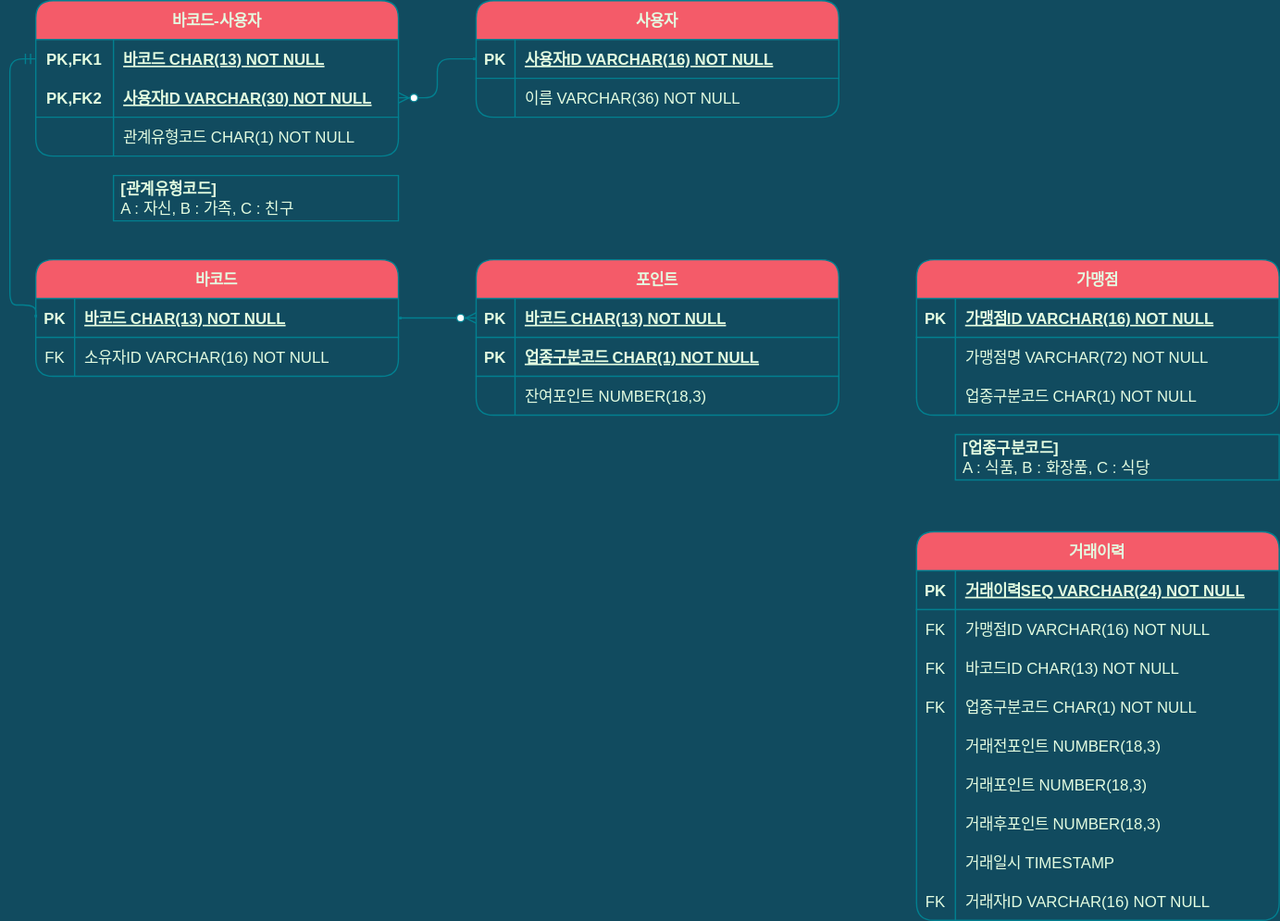
Before: document/kakaopay-membership.svg, a diagram exported from draw.io (TyronneJeong/KakaoPay-Subject). Source tidied: cells renumbered, new cells last; positions are measured from the earlier drawing's top-left corner, leaving out a move shared by most shapes.
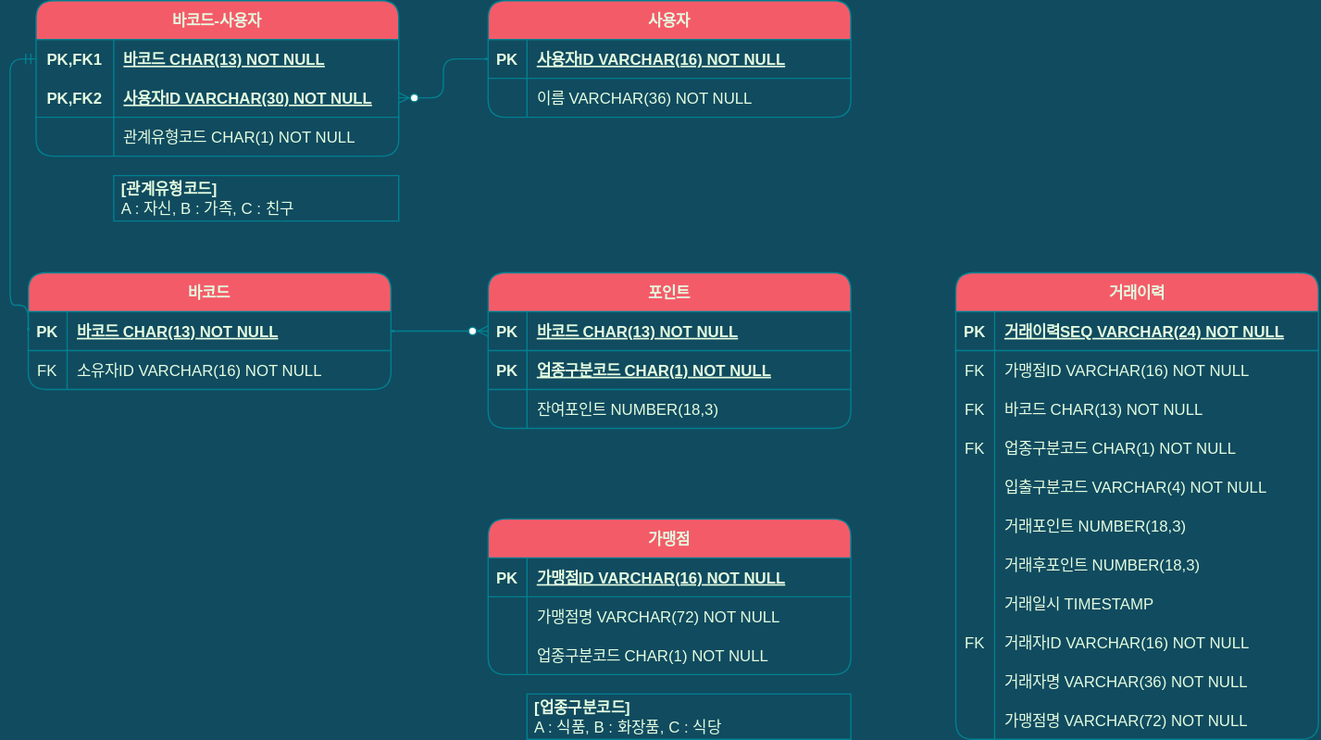
The same file after the commit.

The edit, as a diff of the source:
```diff
@@ -3,7 +3,7 @@
     <mxCell id="0" />
     <mxCell id="1" parent="0" />
     <mxCell id="2" value="바코드" style="shape=table;startSize=30;rowLines=0;fontStyle=1;align=center;rounded=1;fillColor=#F45B69;strokeColor=#028090;fontColor=#E4FDE1;" parent="1" vertex="1">
-      <mxGeometry x="20" y="200" width="280" height="90" as="geometry" />
+      <mxGeometry x="3.9" y="240" width="280" height="90" as="geometry" />
     </mxCell>
     <mxCell id="3" style="shape=tableRow;horizontal=0;startSize=0;swimlaneHead=0;swimlaneBody=0;fillColor=none;points=[[0,0.5],[1,0.5]];portConstraint=eastwest;top=0;left=0;right=0;bottom=1;rounded=1;strokeColor=#028090;fontColor=#E4FDE1;" parent="2" vertex="1">
       <mxGeometry y="30" width="280" height="30" as="geometry" />
@@ -24,7 +24,7 @@
       <mxGeometry x="30" width="250" height="30" as="geometry" />
     </mxCell>
     <mxCell id="9" value="사용자" style="shape=table;startSize=30;rowLines=0;fontStyle=1;align=center;rounded=1;fillColor=#F45B69;strokeColor=#028090;fontColor=#E4FDE1;" parent="1" vertex="1">
-      <mxGeometry x="360" width="280" height="90" as="geometry" />
+      <mxGeometry x="358.9" y="30" width="280" height="90" as="geometry" />
     </mxCell>
     <mxCell id="10" style="shape=tableRow;horizontal=0;startSize=0;swimlaneHead=0;swimlaneBody=0;fillColor=none;points=[[0,0.5],[1,0.5]];portConstraint=eastwest;top=0;left=0;right=0;bottom=1;rounded=1;strokeColor=#028090;fontColor=#E4FDE1;" parent="9" vertex="1">
       <mxGeometry y="30" width="280" height="30" as="geometry" />
@@ -45,7 +45,7 @@
       <mxGeometry x="30" width="250" height="30" as="geometry" />
     </mxCell>
     <mxCell id="16" value="바코드-사용자" style="shape=table;startSize=30;rowLines=0;fontStyle=1;align=center;rounded=1;fillColor=#F45B69;strokeColor=#028090;fontColor=#E4FDE1;" parent="1" vertex="1">
-      <mxGeometry x="20" width="280" height="120" as="geometry" />
+      <mxGeometry x="9.9" y="30" width="280" height="120" as="geometry" />
     </mxCell>
     <mxCell id="17" style="shape=tableRow;horizontal=0;startSize=0;swimlaneHead=0;swimlaneBody=0;fillColor=none;points=[[0,0.5],[1,0.5]];portConstraint=eastwest;top=0;left=0;right=0;bottom=0;rounded=1;strokeColor=#028090;fontColor=#E4FDE1;" parent="16" vertex="1">
       <mxGeometry y="30" width="280" height="30" as="geometry" />
@@ -75,7 +75,7 @@
       <mxGeometry x="60" width="220" height="30" as="geometry" />
     </mxCell>
     <mxCell id="26" value="가맹점" style="shape=table;startSize=30;rowLines=0;fontStyle=1;align=center;rounded=1;fillColor=#F45B69;strokeColor=#028090;fontColor=#E4FDE1;" parent="1" vertex="1">
-      <mxGeometry x="700" y="200" width="280" height="120" as="geometry" />
+      <mxGeometry x="358.9" y="430" width="280" height="120" as="geometry" />
     </mxCell>
     <mxCell id="27" style="shape=tableRow;horizontal=0;startSize=0;swimlaneHead=0;swimlaneBody=0;fillColor=none;top=0;left=0;right=0;bottom=1;rounded=1;strokeColor=#028090;fontColor=#E4FDE1;" parent="26" vertex="1">
       <mxGeometry y="30" width="280" height="30" as="geometry" />
@@ -105,7 +105,7 @@
       <mxGeometry x="30" width="250" height="30" as="geometry" />
     </mxCell>
     <mxCell id="36" value="포인트" style="shape=table;startSize=30;rowLines=0;fontStyle=1;align=center;rounded=1;fillColor=#F45B69;strokeColor=#028090;fontColor=#E4FDE1;" parent="1" vertex="1">
-      <mxGeometry x="360" y="200" width="280" height="120" as="geometry" />
+      <mxGeometry x="358.9" y="240" width="280" height="120" as="geometry" />
     </mxCell>
     <mxCell id="37" style="shape=tableRow;horizontal=0;startSize=0;swimlaneHead=0;swimlaneBody=0;fillColor=none;points=[[0,0.5],[1,0.5]];portConstraint=eastwest;top=0;left=0;right=0;bottom=1;rounded=1;strokeColor=#028090;fontColor=#E4FDE1;" parent="36" vertex="1">
       <mxGeometry y="30" width="280" height="30" as="geometry" />
@@ -135,7 +135,7 @@
       <mxGeometry x="30" width="250" height="30" as="geometry" />
     </mxCell>
     <mxCell id="46" value="거래이력" style="shape=table;startSize=30;rowLines=0;fontStyle=1;align=center;rounded=1;fillColor=#F45B69;strokeColor=#028090;fontColor=#E4FDE1;" parent="1" vertex="1">
-      <mxGeometry x="700" y="410" width="280" height="300" as="geometry" />
+      <mxGeometry x="719.9" y="240" width="280" height="360" as="geometry" />
     </mxCell>
     <mxCell id="47" style="shape=tableRow;horizontal=0;startSize=0;swimlaneHead=0;swimlaneBody=0;fillColor=none;top=0;left=0;right=0;bottom=1;rounded=1;strokeColor=#028090;fontColor=#E4FDE1;" parent="46" vertex="1">
       <mxGeometry y="30" width="280" height="30" as="geometry" />
@@ -161,7 +161,7 @@
     <mxCell id="54" value="FK" style="shape=partialRectangle;fillColor=none;top=0;left=0;bottom=0;right=0;overflow=hidden;rounded=1;strokeColor=#028090;fontColor=#E4FDE1;" parent="53" vertex="1">
       <mxGeometry width="30" height="30" as="geometry" />
     </mxCell>
-    <mxCell id="55" value="바코드ID CHAR(13) NOT NULL" style="shape=partialRectangle;fillColor=none;top=0;left=0;bottom=0;right=0;align=left;spacingLeft=6;overflow=hidden;rounded=1;strokeColor=#028090;fontColor=#E4FDE1;" parent="53" vertex="1">
+    <mxCell id="55" value="바코드 CHAR(13) NOT NULL" style="shape=partialRectangle;fillColor=none;top=0;left=0;bottom=0;right=0;align=left;spacingLeft=6;overflow=hidden;rounded=1;strokeColor=#028090;fontColor=#E4FDE1;" parent="53" vertex="1">
       <mxGeometry x="30" width="250" height="30" as="geometry" />
     </mxCell>
     <mxCell id="56" style="shape=tableRow;horizontal=0;startSize=0;swimlaneHead=0;swimlaneBody=0;fillColor=none;top=0;left=0;right=0;bottom=0;rounded=1;strokeColor=#028090;fontColor=#E4FDE1;" parent="46" vertex="1">
@@ -179,7 +179,7 @@
     <mxCell id="60" style="shape=partialRectangle;fillColor=none;top=0;left=0;bottom=0;right=0;overflow=hidden;rounded=1;strokeColor=#028090;fontColor=#E4FDE1;" parent="59" vertex="1">
       <mxGeometry width="30" height="30" as="geometry" />
     </mxCell>
-    <mxCell id="61" value="거래전포인트 NUMBER(18,3)" style="shape=partialRectangle;fillColor=none;top=0;left=0;bottom=0;right=0;align=left;spacingLeft=6;overflow=hidden;rounded=1;strokeColor=#028090;fontColor=#E4FDE1;" parent="59" vertex="1">
+    <mxCell id="61" value="입출구분코드 VARCHAR(4) NOT NULL" style="shape=partialRectangle;fillColor=none;top=0;left=0;bottom=0;right=0;align=left;spacingLeft=6;overflow=hidden;rounded=1;strokeColor=#028090;fontColor=#E4FDE1;" parent="59" vertex="1">
       <mxGeometry x="30" width="250" height="30" as="geometry" />
     </mxCell>
     <mxCell id="62" style="shape=tableRow;horizontal=0;startSize=0;swimlaneHead=0;swimlaneBody=0;fillColor=none;top=0;left=0;right=0;bottom=0;rounded=1;strokeColor=#028090;fontColor=#E4FDE1;" parent="46" vertex="1">
@@ -218,14 +218,32 @@
     <mxCell id="73" value="거래자ID VARCHAR(16) NOT NULL" style="shape=partialRectangle;fillColor=none;top=0;left=0;bottom=0;right=0;align=left;spacingLeft=6;overflow=hidden;rounded=1;strokeColor=#028090;fontColor=#E4FDE1;" parent="71" vertex="1">
       <mxGeometry x="30" width="250" height="30" as="geometry" />
     </mxCell>
+    <mxCell id="79" style="shape=tableRow;horizontal=0;startSize=0;swimlaneHead=0;swimlaneBody=0;fillColor=none;top=0;left=0;right=0;bottom=0;rounded=1;strokeColor=#028090;fontColor=#E4FDE1;" parent="46" vertex="1">
+      <mxGeometry y="300" width="280" height="30" as="geometry" />
+    </mxCell>
+    <mxCell id="80" style="shape=partialRectangle;fillColor=none;top=0;left=0;bottom=0;right=0;overflow=hidden;rounded=1;strokeColor=#028090;fontColor=#E4FDE1;" parent="79" vertex="1">
+      <mxGeometry width="30" height="30" as="geometry" />
+    </mxCell>
+    <mxCell id="81" value="거래자명 VARCHAR(36) NOT NULL" style="shape=partialRectangle;fillColor=none;top=0;left=0;bottom=0;right=0;align=left;spacingLeft=6;overflow=hidden;rounded=1;strokeColor=#028090;fontColor=#E4FDE1;" parent="79" vertex="1">
+      <mxGeometry x="30" width="250" height="30" as="geometry" />
+    </mxCell>
+    <mxCell id="82" style="shape=tableRow;horizontal=0;startSize=0;swimlaneHead=0;swimlaneBody=0;fillColor=none;top=0;left=0;right=0;bottom=0;rounded=1;strokeColor=#028090;fontColor=#E4FDE1;" parent="46" vertex="1">
+      <mxGeometry y="330" width="280" height="30" as="geometry" />
+    </mxCell>
+    <mxCell id="83" style="shape=partialRectangle;fillColor=none;top=0;left=0;bottom=0;right=0;overflow=hidden;rounded=1;strokeColor=#028090;fontColor=#E4FDE1;" parent="82" vertex="1">
+      <mxGeometry width="30" height="30" as="geometry" />
+    </mxCell>
+    <mxCell id="84" value="가맹점명 VARCHAR(72) NOT NULL" style="shape=partialRectangle;fillColor=none;top=0;left=0;bottom=0;right=0;align=left;spacingLeft=6;overflow=hidden;rounded=1;strokeColor=#028090;fontColor=#E4FDE1;" parent="82" vertex="1">
+      <mxGeometry x="30" width="250" height="30" as="geometry" />
+    </mxCell>
     <mxCell id="74" style="edgeStyle=orthogonalEdgeStyle;fontSize=12;html=1;endArrow=ERzeroToMany;startArrow=ERmandOne;fontFamily=Helvetica;startSize=0;exitX=0;exitY=0.5;exitDx=0;exitDy=0;rounded=1;labelBackgroundColor=#114B5F;strokeColor=#028090;fontColor=#E4FDE1;" parent="1" edge="1" source="10" target="20">
       <mxGeometry relative="1" as="geometry" />
     </mxCell>
     <mxCell id="75" style="edgeStyle=orthogonalEdgeStyle;fontSize=12;html=1;endArrow=ERmandOne;startArrow=ERmandOne;fontFamily=Helvetica;startSize=0;exitX=0;exitY=0.5;exitDx=0;exitDy=0;entryX=0;entryY=0.5;entryDx=0;entryDy=0;rounded=1;labelBackgroundColor=#114B5F;strokeColor=#028090;fontColor=#E4FDE1;" parent="1" edge="1" source="3" target="17">
       <mxGeometry relative="1" as="geometry">
         <Array as="points">
-          <mxPoint y="235" />
-          <mxPoint y="45" />
+          <mxPoint x="-10.1" y="265" />
+          <mxPoint x="-10.1" y="75" />
         </Array>
       </mxGeometry>
     </mxCell>
@@ -233,10 +251,10 @@
       <mxGeometry relative="1" as="geometry" />
     </mxCell>
     <mxCell id="77" value="&lt;b&gt;[업종구분코드]&lt;/b&gt;&lt;br&gt;A : 식품, B : 화장품, C : 식당" style="shape=note;size=0;whiteSpace=wrap;html=1;fontFamily=Helvetica;fontSize=12;startSize=0;align=left;spacingTop=0;spacingLeft=4;fillColor=none;rounded=1;strokeColor=#028090;fontColor=#E4FDE1;" parent="1" vertex="1">
-      <mxGeometry x="730" y="335" width="250" height="35" as="geometry" />
+      <mxGeometry x="388.9" y="565" width="250" height="35" as="geometry" />
     </mxCell>
     <mxCell id="78" value="&lt;b&gt;[관계유형코드]&lt;/b&gt;&lt;br&gt;A : 자신, B : 가족, C : 친구" style="shape=note;size=0;whiteSpace=wrap;html=1;fontFamily=Helvetica;fontSize=12;startSize=0;align=left;spacingTop=0;spacingLeft=4;fillColor=none;rounded=1;strokeColor=#028090;fontColor=#E4FDE1;" parent="1" vertex="1">
-      <mxGeometry x="80" y="135" width="220" height="35" as="geometry" />
+      <mxGeometry x="69.9" y="165" width="220" height="35" as="geometry" />
     </mxCell>
   </root>
 </mxGraphModel>
```
